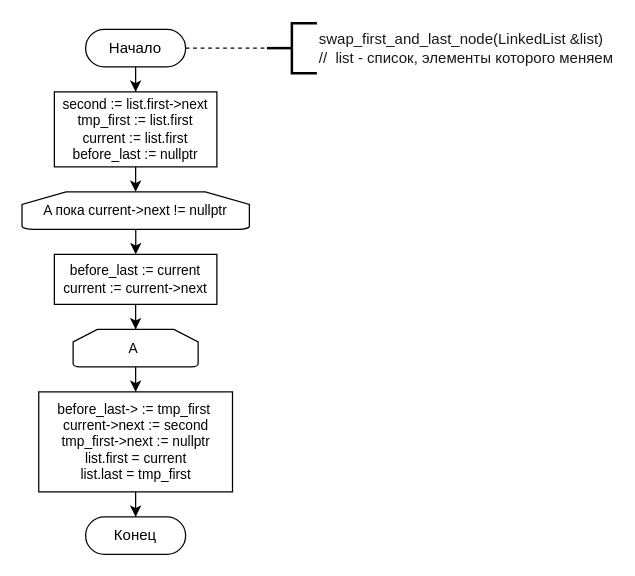
This is page "Page-1" (1 of 2) of semestr_2/Ознакомительная практика/ex_3/swap.drawio from fducha/tulgu, a draw.io file, before an edit. Source tidied: cells renumbered, new cells numbered last; positions are measured from the earlier drawing's top-left corner, leaving out a move shared by most shapes. Both pictures are drawn from the tidied source at 125%, with x=0, y=0 at pixel (21, 22).
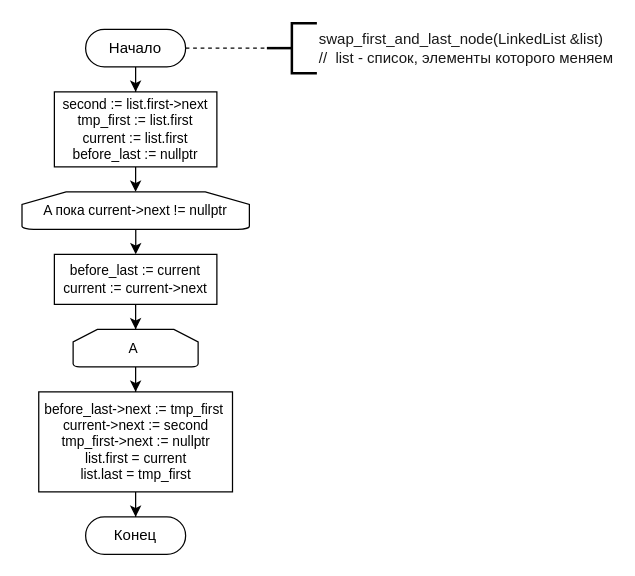
After the change.

Diff of the diagram source:
```diff
@@
 <mxGraphModel background="#ffffff">
   <root>
     <mxCell id="0" />
     <mxCell id="1" parent="0" />
     <mxCell id="2" style="edgeStyle=orthogonalEdgeStyle;rounded=0;jettySize=auto;html=1;strokeColor=#000000;" parent="1" edge="1" source="3" target="7">
       <mxGeometry relative="1" as="geometry" />
     </mxCell>
     <mxCell id="3" value="&lt;font color=&quot;#000000&quot;&gt;Начало&lt;/font&gt;" style="rounded=1;whiteSpace=wrap;html=1;fontSize=12;glass=0;strokeWidth=1;shadow=0;arcSize=50;strokeColor=#000000;fillColor=none;" parent="1" vertex="1">
       <mxGeometry x="51" y="5" width="80" height="30" as="geometry" />
     </mxCell>
     <mxCell id="4" value="&lt;font color=&quot;#191919&quot;&gt;swap_first_and_last_node(LinkedList &amp;amp;list)&lt;br&gt;//&amp;nbsp; list - список, элементы которого меняем&lt;br&gt;&lt;/font&gt;" style="strokeWidth=2;html=1;shape=mxgraph.flowchart.annotation_2;align=left;labelPosition=right;strokeColor=#000000;" parent="1" vertex="1">
       <mxGeometry x="196" width="40" height="40" as="geometry" />
     </mxCell>
     <mxCell id="5" style="edgeStyle=orthogonalEdgeStyle;rounded=0;jettySize=auto;html=1;entryX=0.27;entryY=0.5;entryDx=0;entryDy=0;entryPerimeter=0;dashed=1;endArrow=none;endFill=0;strokeColor=#050505;exitX=1;exitY=0.5;exitDx=0;exitDy=0;" parent="1" edge="1" source="3" target="4">
       <mxGeometry relative="1" as="geometry">
         <Array as="points">
           <mxPoint x="171" y="20" />
           <mxPoint x="171" y="20" />
         </Array>
       </mxGeometry>
     </mxCell>
     <mxCell id="6" style="edgeStyle=orthogonalEdgeStyle;rounded=0;jettySize=auto;html=1;strokeColor=#000000;" parent="1" edge="1" source="7" target="9">
       <mxGeometry relative="1" as="geometry" />
     </mxCell>
     <mxCell id="7" value="&lt;font color=&quot;#030303&quot;&gt;second := list.first-&amp;gt;next&lt;br&gt;tmp_first := list.first&lt;br&gt;current := list.first&lt;br&gt;before_last := nullptr&lt;br&gt;&lt;/font&gt;" style="rounded=0;whiteSpace=wrap;html=1;strokeColor=#000000;align=center;verticalAlign=middle;fontFamily=Helvetica;fontSize=11;fontColor=default;fillColor=none;" parent="1" vertex="1">
       <mxGeometry x="26" y="55" width="130" height="60" as="geometry" />
     </mxCell>
     <mxCell id="8" style="edgeStyle=orthogonalEdgeStyle;rounded=0;jettySize=auto;html=1;strokeColor=#000000;" parent="1" edge="1" source="9" target="11">
       <mxGeometry relative="1" as="geometry" />
     </mxCell>
     <mxCell id="9" value="A пока current-&amp;gt;next != nullptr" style="strokeWidth=1;html=1;shape=mxgraph.flowchart.loop_limit;whiteSpace=wrap;rounded=0;strokeColor=#000000;align=center;verticalAlign=middle;fontFamily=Helvetica;fontSize=11;fontColor=#000000;fillColor=none;" parent="1" vertex="1">
       <mxGeometry x="0.1" y="135" width="181.9" height="30" as="geometry" />
     </mxCell>
     <mxCell id="10" style="edgeStyle=orthogonalEdgeStyle;rounded=0;jettySize=auto;html=1;strokeColor=#000000;" parent="1" edge="1" source="11" target="13">
       <mxGeometry relative="1" as="geometry" />
     </mxCell>
     <mxCell id="11" value="&lt;font color=&quot;#030303&quot;&gt;before_last := current&lt;br&gt;current := current-&amp;gt;next&lt;br&gt;&lt;/font&gt;" style="rounded=0;whiteSpace=wrap;html=1;strokeColor=#000000;align=center;verticalAlign=middle;fontFamily=Helvetica;fontSize=11;fontColor=default;fillColor=none;" parent="1" vertex="1">
       <mxGeometry x="26" y="185" width="130" height="40" as="geometry" />
     </mxCell>
     <mxCell id="12" style="edgeStyle=orthogonalEdgeStyle;rounded=0;jettySize=auto;html=1;strokeColor=#000000;" parent="1" edge="1" source="13" target="15">
       <mxGeometry relative="1" as="geometry" />
     </mxCell>
     <mxCell id="13" value="A&amp;nbsp;" style="strokeWidth=1;html=1;shape=mxgraph.flowchart.loop_limit;whiteSpace=wrap;rounded=0;strokeColor=#000000;align=center;verticalAlign=middle;fontFamily=Helvetica;fontSize=11;fontColor=#000000;fillColor=none;" parent="1" vertex="1">
       <mxGeometry x="41" y="245" width="100" height="30" as="geometry" />
     </mxCell>
     <mxCell id="14" style="edgeStyle=orthogonalEdgeStyle;rounded=0;jettySize=auto;html=1;strokeColor=#000000;" parent="1" edge="1" source="15" target="16">
       <mxGeometry relative="1" as="geometry" />
     </mxCell>
-    <mxCell id="15" value="&lt;font color=&quot;#030303&quot;&gt;before_last-&amp;gt; := tmp_first&amp;nbsp;&lt;br&gt;current-&amp;gt;next := second&lt;br&gt;tmp_first-&amp;gt;next := nullptr&lt;br&gt;list.first = current&lt;br&gt;list.last = tmp_first&lt;br&gt;&lt;/font&gt;" style="rounded=0;whiteSpace=wrap;html=1;strokeColor=#000000;align=center;verticalAlign=middle;fontFamily=Helvetica;fontSize=11;fontColor=default;fillColor=none;" parent="1" vertex="1">
+    <mxCell id="15" value="&lt;font color=&quot;#030303&quot;&gt;before_last-&amp;gt;next := tmp_first&amp;nbsp;&lt;br&gt;current-&amp;gt;next := second&lt;br&gt;tmp_first-&amp;gt;next := nullptr&lt;br&gt;list.first = current&lt;br&gt;list.last = tmp_first&lt;br&gt;&lt;/font&gt;" style="rounded=0;whiteSpace=wrap;html=1;strokeColor=#000000;align=center;verticalAlign=middle;fontFamily=Helvetica;fontSize=11;fontColor=default;fillColor=none;" parent="1" vertex="1">
       <mxGeometry x="13.5" y="295" width="155" height="80" as="geometry" />
     </mxCell>
     <mxCell id="16" value="&lt;font color=&quot;#000000&quot;&gt;Конец&lt;/font&gt;" style="rounded=1;whiteSpace=wrap;html=1;fontSize=12;glass=0;strokeWidth=1;shadow=0;arcSize=50;strokeColor=#050505;fillColor=none;" parent="1" vertex="1">
       <mxGeometry x="51" y="395" width="80" height="30" as="geometry" />
     </mxCell>
   </root>
 </mxGraphModel>
```
